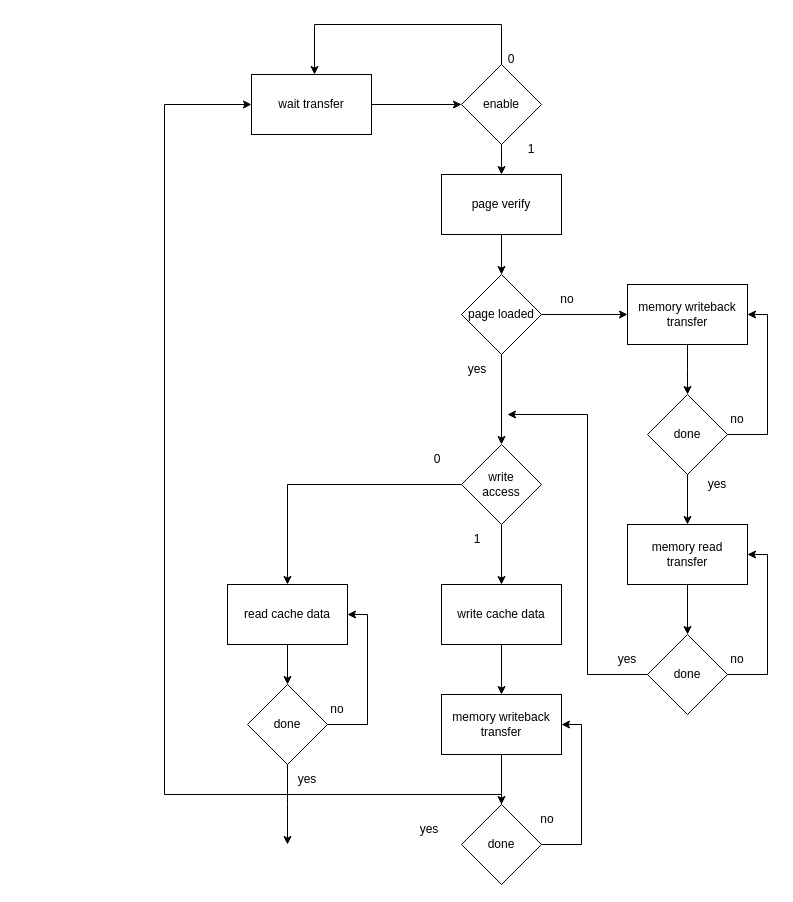
Above: diagrams/cache.drawio in vittorio01/CustomCPU (draw.io), before the change. Source tidied: cells renumbered, new cells numbered last; positions are measured from the earlier drawing's top-left corner, leaving out a move shared by most shapes. Both pictures are drawn from the tidied source at 100%, with x=0, y=0 at pixel (164, 24).
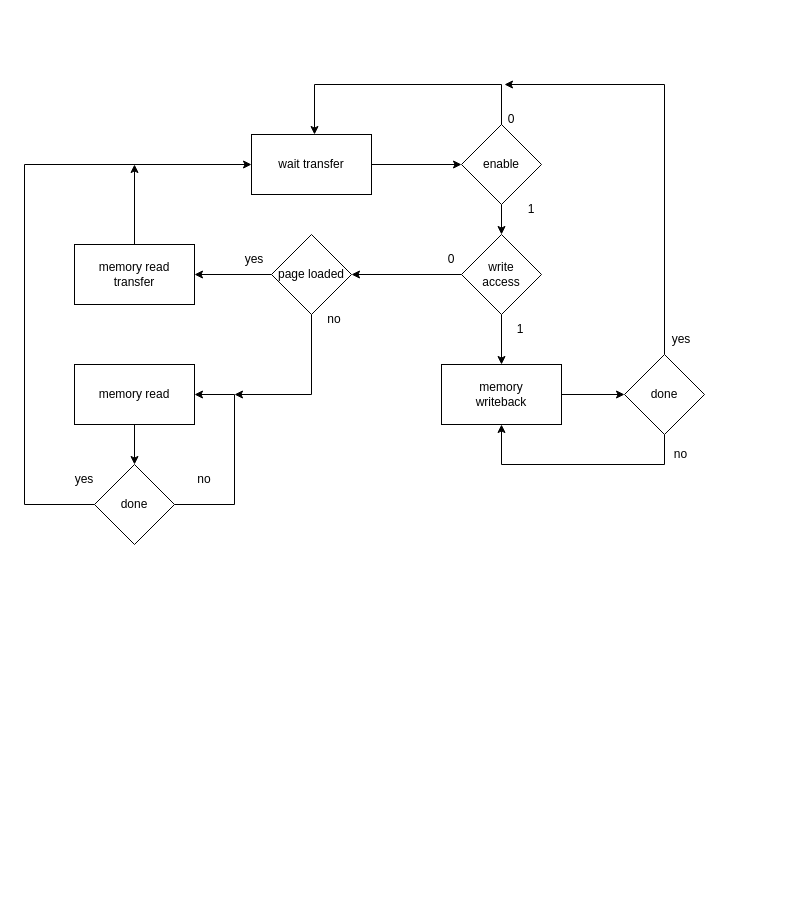
The same diagram, later.

The edit, as a diff of the source:
```diff
@@
     <mxCell id="3" value="wait transfer" style="rounded=0;whiteSpace=wrap;html=1;" parent="1" vertex="1">
-      <mxGeometry x="87" y="50" width="120" height="60" as="geometry" />
+      <mxGeometry x="87" y="110" width="120" height="60" as="geometry" />
     </mxCell>
     <mxCell id="4" style="edgeStyle=orthogonalEdgeStyle;rounded=0;orthogonalLoop=1;jettySize=auto;html=1;entryX=0.5;entryY=0;entryDx=0;entryDy=0;" parent="1" edge="1">
       <mxGeometry relative="1" as="geometry">
-        <mxPoint x="337" y="43" as="sourcePoint" />
-        <mxPoint x="150" y="50" as="targetPoint" />
+        <mxPoint x="337" y="103" as="sourcePoint" />
+        <mxPoint x="150" y="110" as="targetPoint" />
         <Array as="points">
-          <mxPoint x="337" />
-          <mxPoint x="150" />
+          <mxPoint x="337" y="60" />
+          <mxPoint x="150" y="60" />
         </Array>
       </mxGeometry>
     </mxCell>
-    <mxCell id="5" style="edgeStyle=orthogonalEdgeStyle;rounded=0;jettySize=auto;html=1;" parent="1" edge="1" source="6" target="50">
-      <mxGeometry relative="1" as="geometry" />
-    </mxCell>
+    <mxCell id="51" style="edgeStyle=orthogonalEdgeStyle;rounded=0;jettySize=auto;html=1;entryX=0.5;entryY=0;entryDx=0;entryDy=0;" parent="1" edge="1" source="6" target="14">
+      <mxGeometry relative="1" as="geometry" />
+    </mxCell>
     <mxCell id="6" value="enable" style="rhombus;whiteSpace=wrap;html=1;" parent="1" vertex="1">
-      <mxGeometry x="297" y="40" width="80" height="80" as="geometry" />
+      <mxGeometry x="297" y="100" width="80" height="80" as="geometry" />
     </mxCell>
-    <mxCell id="7" style="edgeStyle=orthogonalEdgeStyle;rounded=0;jettySize=auto;html=1;entryX=0;entryY=0.5;entryDx=0;entryDy=0;" parent="1" edge="1" source="9" target="11">
+    <mxCell id="7" style="edgeStyle=orthogonalEdgeStyle;rounded=0;jettySize=auto;html=1;entryX=1;entryY=0.5;entryDx=0;entryDy=0;" parent="1" edge="1" source="9" target="11">
       <mxGeometry relative="1" as="geometry" />
     </mxCell>
-    <mxCell id="8" style="edgeStyle=orthogonalEdgeStyle;rounded=0;jettySize=auto;html=1;entryX=0.5;entryY=0;entryDx=0;entryDy=0;" parent="1" edge="1" source="9" target="14">
-      <mxGeometry relative="1" as="geometry" />
-    </mxCell>
+    <mxCell id="52" style="edgeStyle=orthogonalEdgeStyle;rounded=0;jettySize=auto;html=1;" parent="1" edge="1" source="9">
+      <mxGeometry relative="1" as="geometry">
+        <mxPoint x="70" y="370" as="targetPoint" />
+        <Array as="points">
+          <mxPoint x="147" y="370" />
+        </Array>
+      </mxGeometry>
+    </mxCell>
     <mxCell id="9" value="page loaded" style="rhombus;whiteSpace=wrap;html=1;" parent="1" vertex="1">
-      <mxGeometry x="297" y="250" width="80" height="80" as="geometry" />
+      <mxGeometry x="107" y="210" width="80" height="80" as="geometry" />
     </mxCell>
-    <mxCell id="10" style="edgeStyle=orthogonalEdgeStyle;rounded=0;jettySize=auto;html=1;" parent="1" edge="1" source="11">
-      <mxGeometry relative="1" as="geometry">
-        <mxPoint x="523" y="370" as="targetPoint" />
-      </mxGeometry>
-    </mxCell>
+    <mxCell id="53" style="edgeStyle=orthogonalEdgeStyle;rounded=0;jettySize=auto;html=1;" parent="1" edge="1" source="11">
+      <mxGeometry relative="1" as="geometry">
+        <mxPoint x="-30" y="140" as="targetPoint" />
+      </mxGeometry>
+    </mxCell>
-    <mxCell id="11" value="&lt;div&gt;memory writeback &lt;br&gt;&lt;/div&gt;&lt;div&gt;transfer&lt;br&gt;&lt;/div&gt;" style="rounded=0;whiteSpace=wrap;html=1;" parent="1" vertex="1">
-      <mxGeometry x="463" y="260" width="120" height="60" as="geometry" />
+    <mxCell id="11" value="&lt;div&gt;memory read &lt;br&gt;&lt;/div&gt;&lt;div&gt;transfer&lt;br&gt;&lt;/div&gt;" style="rounded=0;whiteSpace=wrap;html=1;" parent="1" vertex="1">
+      <mxGeometry x="-90" y="220" width="120" height="60" as="geometry" />
     </mxCell>
@@
-    <mxCell id="13" style="edgeStyle=orthogonalEdgeStyle;rounded=0;jettySize=auto;html=1;entryX=0.5;entryY=0;entryDx=0;entryDy=0;" parent="1" edge="1" source="14" target="26">
-      <mxGeometry relative="1" as="geometry" />
-    </mxCell>
+    <mxCell id="54" style="edgeStyle=orthogonalEdgeStyle;rounded=0;jettySize=auto;html=1;" parent="1" edge="1" source="14" target="9">
+      <mxGeometry relative="1" as="geometry" />
+    </mxCell>
     <mxCell id="14" value="&lt;div&gt;write&lt;/div&gt;&lt;div&gt;access&lt;br&gt;&lt;/div&gt;" style="rhombus;whiteSpace=wrap;html=1;" parent="1" vertex="1">
-      <mxGeometry x="297" y="420" width="80" height="80" as="geometry" />
+      <mxGeometry x="297" y="210" width="80" height="80" as="geometry" />
     </mxCell>
-    <mxCell id="15" style="edgeStyle=orthogonalEdgeStyle;rounded=0;jettySize=auto;html=1;entryX=1;entryY=0.5;entryDx=0;entryDy=0;" parent="1" edge="1" source="17" target="11">
-      <mxGeometry relative="1" as="geometry">
-        <Array as="points">
-          <mxPoint x="603" y="410" />
-          <mxPoint x="603" y="290" />
-        </Array>
-      </mxGeometry>
-    </mxCell>
-    <mxCell id="16" style="edgeStyle=orthogonalEdgeStyle;rounded=0;jettySize=auto;html=1;" parent="1" edge="1" source="17" target="19">
-      <mxGeometry relative="1" as="geometry" />
-    </mxCell>
+    <mxCell id="55" style="edgeStyle=orthogonalEdgeStyle;rounded=0;jettySize=auto;html=1;entryX=0;entryY=0.5;entryDx=0;entryDy=0;" parent="1" edge="1" source="17" target="3">
+      <mxGeometry relative="1" as="geometry">
+        <Array as="points">
+          <mxPoint x="-140" y="480" />
+          <mxPoint x="-140" y="140" />
+        </Array>
+      </mxGeometry>
+    </mxCell>
+    <mxCell id="56" style="edgeStyle=orthogonalEdgeStyle;rounded=0;jettySize=auto;html=1;entryX=1;entryY=0.5;entryDx=0;entryDy=0;" parent="1" edge="1" source="17" target="26">
+      <mxGeometry relative="1" as="geometry">
+        <Array as="points">
+          <mxPoint x="70" y="480" />
+          <mxPoint x="70" y="370" />
+        </Array>
+      </mxGeometry>
+    </mxCell>
     <mxCell id="17" value="done" style="rhombus;whiteSpace=wrap;html=1;" parent="1" vertex="1">
-      <mxGeometry x="483" y="370" width="80" height="80" as="geometry" />
+      <mxGeometry x="-70" y="440" width="80" height="80" as="geometry" />
     </mxCell>
-    <mxCell id="18" style="edgeStyle=orthogonalEdgeStyle;rounded=0;jettySize=auto;html=1;" parent="1" edge="1" source="19" target="21">
-      <mxGeometry relative="1" as="geometry" />
-    </mxCell>
-    <mxCell id="19" value="&lt;div&gt;memory read&lt;/div&gt;&lt;div&gt;transfer&lt;br&gt;&lt;/div&gt;" style="rounded=0;whiteSpace=wrap;html=1;" parent="1" vertex="1">
-      <mxGeometry x="463" y="500" width="120" height="60" as="geometry" />
-    </mxCell>
-    <mxCell id="20" style="edgeStyle=orthogonalEdgeStyle;rounded=0;jettySize=auto;html=1;entryX=1;entryY=0.5;entryDx=0;entryDy=0;" parent="1" edge="1" source="21" target="19">
-      <mxGeometry relative="1" as="geometry">
-        <Array as="points">
-          <mxPoint x="603" y="650" />
-          <mxPoint x="603" y="530" />
-        </Array>
-      </mxGeometry>
-    </mxCell>
-    <mxCell id="21" value="done" style="rhombus;whiteSpace=wrap;html=1;" parent="1" vertex="1">
-      <mxGeometry x="483" y="610" width="80" height="80" as="geometry" />
-    </mxCell>
-    <mxCell id="22" style="edgeStyle=orthogonalEdgeStyle;rounded=0;jettySize=auto;html=1;" parent="1" edge="1" source="23" target="28">
-      <mxGeometry relative="1" as="geometry" />
-    </mxCell>
+    <mxCell id="57" style="edgeStyle=orthogonalEdgeStyle;rounded=0;jettySize=auto;html=1;entryX=0;entryY=0.5;entryDx=0;entryDy=0;" parent="1" edge="1" source="23" target="31">
+      <mxGeometry relative="1" as="geometry" />
+    </mxCell>
-    <mxCell id="23" value="write cache data" style="rounded=0;whiteSpace=wrap;html=1;" parent="1" vertex="1">
-      <mxGeometry x="277" y="560" width="120" height="60" as="geometry" />
+    <mxCell id="23" value="&lt;div&gt;memory&lt;/div&gt;&lt;div&gt;writeback&lt;br&gt;&lt;/div&gt;" style="rounded=0;whiteSpace=wrap;html=1;" parent="1" vertex="1">
+      <mxGeometry x="277" y="340" width="120" height="60" as="geometry" />
     </mxCell>
-    <mxCell id="24" style="endArrow=classic;html=1;rounded=0;exitX=0;exitY=0.5;exitDx=0;exitDy=0;" parent="1" edge="1" source="21">
-      <mxGeometry relative="1" as="geometry">
-        <mxPoint x="343" y="390" as="targetPoint" />
-        <Array as="points">
-          <mxPoint x="423" y="650" />
-          <mxPoint x="423" y="390" />
-        </Array>
-      </mxGeometry>
-    </mxCell>
-    <mxCell id="25" style="edgeStyle=orthogonalEdgeStyle;rounded=0;jettySize=auto;html=1;" parent="1" edge="1" source="26" target="34">
-      <mxGeometry relative="1" as="geometry" />
-    </mxCell>
+    <mxCell id="58" style="edgeStyle=orthogonalEdgeStyle;rounded=0;jettySize=auto;html=1;entryX=0.5;entryY=0;entryDx=0;entryDy=0;" parent="1" edge="1" source="26" target="17">
+      <mxGeometry relative="1" as="geometry" />
+    </mxCell>
-    <mxCell id="26" value="read cache data" style="rounded=0;whiteSpace=wrap;html=1;" parent="1" vertex="1">
-      <mxGeometry x="63" y="560" width="120" height="60" as="geometry" />
+    <mxCell id="26" value="memory read" style="rounded=0;whiteSpace=wrap;html=1;" parent="1" vertex="1">
+      <mxGeometry x="-90" y="340" width="120" height="60" as="geometry" />
     </mxCell>
-    <mxCell id="27" style="edgeStyle=orthogonalEdgeStyle;rounded=0;jettySize=auto;html=1;" parent="1" edge="1" source="28" target="31">
-      <mxGeometry relative="1" as="geometry" />
-    </mxCell>
-    <mxCell id="28" value="&lt;div&gt;memory writeback &lt;br&gt;&lt;/div&gt;&lt;div&gt;transfer&lt;br&gt;&lt;/div&gt;" style="rounded=0;whiteSpace=wrap;html=1;" parent="1" vertex="1">
-      <mxGeometry x="277" y="670" width="120" height="60" as="geometry" />
-    </mxCell>
-    <mxCell id="29" style="edgeStyle=orthogonalEdgeStyle;rounded=0;jettySize=auto;html=1;entryX=1;entryY=0.5;entryDx=0;entryDy=0;" parent="1" edge="1" source="31" target="28">
-      <mxGeometry relative="1" as="geometry">
-        <Array as="points">
-          <mxPoint x="417" y="820" />
-          <mxPoint x="417" y="700" />
-        </Array>
-      </mxGeometry>
-    </mxCell>
-    <mxCell id="30" style="edgeStyle=orthogonalEdgeStyle;rounded=0;jettySize=auto;html=1;" parent="1" edge="1" source="31" target="3">
-      <mxGeometry relative="1" as="geometry">
-        <Array as="points">
-          <mxPoint x="337" y="770" />
-          <mxPoint y="770" />
-          <mxPoint y="80" />
-        </Array>
-      </mxGeometry>
-    </mxCell>
+    <mxCell id="59" style="edgeStyle=orthogonalEdgeStyle;rounded=0;jettySize=auto;html=1;" parent="1" edge="1" source="31">
+      <mxGeometry relative="1" as="geometry">
+        <mxPoint x="340" y="60" as="targetPoint" />
+        <Array as="points">
+          <mxPoint x="500" y="60" />
+        </Array>
+      </mxGeometry>
+    </mxCell>
+    <mxCell id="60" style="edgeStyle=orthogonalEdgeStyle;rounded=0;jettySize=auto;html=1;entryX=0.5;entryY=1;entryDx=0;entryDy=0;" parent="1" edge="1" source="31" target="23">
+      <mxGeometry relative="1" as="geometry">
+        <Array as="points">
+          <mxPoint x="500" y="440" />
+          <mxPoint x="337" y="440" />
+        </Array>
+      </mxGeometry>
+    </mxCell>
     <mxCell id="31" value="done" style="rhombus;whiteSpace=wrap;html=1;" parent="1" vertex="1">
-      <mxGeometry x="297" y="780" width="80" height="80" as="geometry" />
+      <mxGeometry x="460" y="330" width="80" height="80" as="geometry" />
     </mxCell>
-    <mxCell id="32" style="edgeStyle=orthogonalEdgeStyle;rounded=0;jettySize=auto;html=1;" parent="1" edge="1" source="34">
-      <mxGeometry relative="1" as="geometry">
-        <mxPoint x="123" y="820" as="targetPoint" />
-      </mxGeometry>
-    </mxCell>
-    <mxCell id="33" style="edgeStyle=orthogonalEdgeStyle;rounded=0;jettySize=auto;html=1;entryX=1;entryY=0.5;entryDx=0;entryDy=0;" parent="1" edge="1" source="34" target="26">
-      <mxGeometry relative="1" as="geometry">
-        <Array as="points">
-          <mxPoint x="203" y="700" />
-          <mxPoint x="203" y="590" />
-        </Array>
-      </mxGeometry>
-    </mxCell>
-    <mxCell id="34" value="done" style="rhombus;whiteSpace=wrap;html=1;" parent="1" vertex="1">
-      <mxGeometry x="83" y="660" width="80" height="80" as="geometry" />
-    </mxCell>
-    <mxCell id="35" value="no" style="text;html=1;strokeColor=none;fillColor=none;align=center;verticalAlign=middle;whiteSpace=wrap;rounded=0;" parent="1" vertex="1">
-      <mxGeometry x="143" y="670" width="60" height="30" as="geometry" />
-    </mxCell>
-    <mxCell id="36" value="yes" style="text;html=1;strokeColor=none;fillColor=none;align=center;verticalAlign=middle;whiteSpace=wrap;rounded=0;" parent="1" vertex="1">
-      <mxGeometry x="113" y="740" width="60" height="30" as="geometry" />
-    </mxCell>
     <mxCell id="37" value="no" style="text;html=1;strokeColor=none;fillColor=none;align=center;verticalAlign=middle;whiteSpace=wrap;rounded=0;" parent="1" vertex="1">
-      <mxGeometry x="353" y="780" width="60" height="30" as="geometry" />
+      <mxGeometry x="493" y="390" width="47" height="80" as="geometry" />
     </mxCell>
     <mxCell id="38" value="yes" style="text;html=1;strokeColor=none;fillColor=none;align=center;verticalAlign=middle;whiteSpace=wrap;rounded=0;" parent="1" vertex="1">
-      <mxGeometry x="233" y="790" width="64" height="30" as="geometry" />
+      <mxGeometry x="484.5" y="300" width="64" height="30" as="geometry" />
     </mxCell>
-    <mxCell id="39" value="no" style="text;html=1;strokeColor=none;fillColor=none;align=center;verticalAlign=middle;whiteSpace=wrap;rounded=0;" parent="1" vertex="1">
-      <mxGeometry x="543" y="620" width="60" height="30" as="geometry" />
-    </mxCell>
-    <mxCell id="40" value="yes" style="text;html=1;strokeColor=none;fillColor=none;align=center;verticalAlign=middle;whiteSpace=wrap;rounded=0;" parent="1" vertex="1">
-      <mxGeometry x="433" y="620" width="60" height="30" as="geometry" />
-    </mxCell>
     <mxCell id="41" value="no" style="text;html=1;strokeColor=none;fillColor=none;align=center;verticalAlign=middle;whiteSpace=wrap;rounded=0;" parent="1" vertex="1">
-      <mxGeometry x="543" y="380" width="60" height="30" as="geometry" />
+      <mxGeometry x="10" y="440" width="60" height="30" as="geometry" />
     </mxCell>
     <mxCell id="42" value="yes" style="text;html=1;strokeColor=none;fillColor=none;align=center;verticalAlign=middle;whiteSpace=wrap;rounded=0;" parent="1" vertex="1">
-      <mxGeometry x="523" y="445" width="60" height="30" as="geometry" />
+      <mxGeometry x="-110" y="440" width="60" height="30" as="geometry" />
     </mxCell>
     <mxCell id="43" value="1" style="text;html=1;strokeColor=none;fillColor=none;align=center;verticalAlign=middle;whiteSpace=wrap;rounded=0;" parent="1" vertex="1">
-      <mxGeometry x="283" y="500" width="60" height="30" as="geometry" />
+      <mxGeometry x="326" y="290" width="60" height="30" as="geometry" />
     </mxCell>
     <mxCell id="44" value="0" style="text;html=1;strokeColor=none;fillColor=none;align=center;verticalAlign=middle;whiteSpace=wrap;rounded=0;" parent="1" vertex="1">
-      <mxGeometry x="243" y="420" width="60" height="30" as="geometry" />
+      <mxGeometry x="257" y="220" width="60" height="30" as="geometry" />
     </mxCell>
     <mxCell id="45" value="no" style="text;html=1;strokeColor=none;fillColor=none;align=center;verticalAlign=middle;whiteSpace=wrap;rounded=0;" parent="1" vertex="1">
-      <mxGeometry x="373" y="260" width="60" height="30" as="geometry" />
+      <mxGeometry x="140" y="280" width="60" height="30" as="geometry" />
     </mxCell>
-    <mxCell id="46" value="yes" style="text;html=1;strokeColor=none;fillColor=none;align=center;verticalAlign=middle;whiteSpace=wrap;rounded=0;" parent="1" vertex="1">
-      <mxGeometry x="283" y="330" width="60" height="30" as="geometry" />
-    </mxCell>
     <mxCell id="47" value="1" style="text;html=1;strokeColor=none;fillColor=none;align=center;verticalAlign=middle;whiteSpace=wrap;rounded=0;" parent="1" vertex="1">
-      <mxGeometry x="337" y="110" width="60" height="30" as="geometry" />
+      <mxGeometry x="337" y="170" width="60" height="30" as="geometry" />
     </mxCell>
     <mxCell id="48" value="0" style="text;html=1;strokeColor=none;fillColor=none;align=center;verticalAlign=middle;whiteSpace=wrap;rounded=0;" parent="1" vertex="1">
-      <mxGeometry x="317" y="20" width="60" height="30" as="geometry" />
+      <mxGeometry x="317" y="80" width="60" height="30" as="geometry" />
     </mxCell>
-    <mxCell id="49" style="edgeStyle=orthogonalEdgeStyle;rounded=0;jettySize=auto;html=1;entryX=0.5;entryY=0;entryDx=0;entryDy=0;" parent="1" edge="1" source="50" target="9">
-      <mxGeometry relative="1" as="geometry" />
-    </mxCell>
-    <mxCell id="50" value="page verify" style="rounded=0;whiteSpace=wrap;html=1;" parent="1" vertex="1">
-      <mxGeometry x="277" y="150" width="120" height="60" as="geometry" />
-    </mxCell>
+    <mxCell id="61" value="yes" style="text;html=1;strokeColor=none;fillColor=none;align=center;verticalAlign=middle;whiteSpace=wrap;rounded=0;" parent="1" vertex="1">
+      <mxGeometry x="60" y="220" width="60" height="30" as="geometry" />
+    </mxCell>
```
